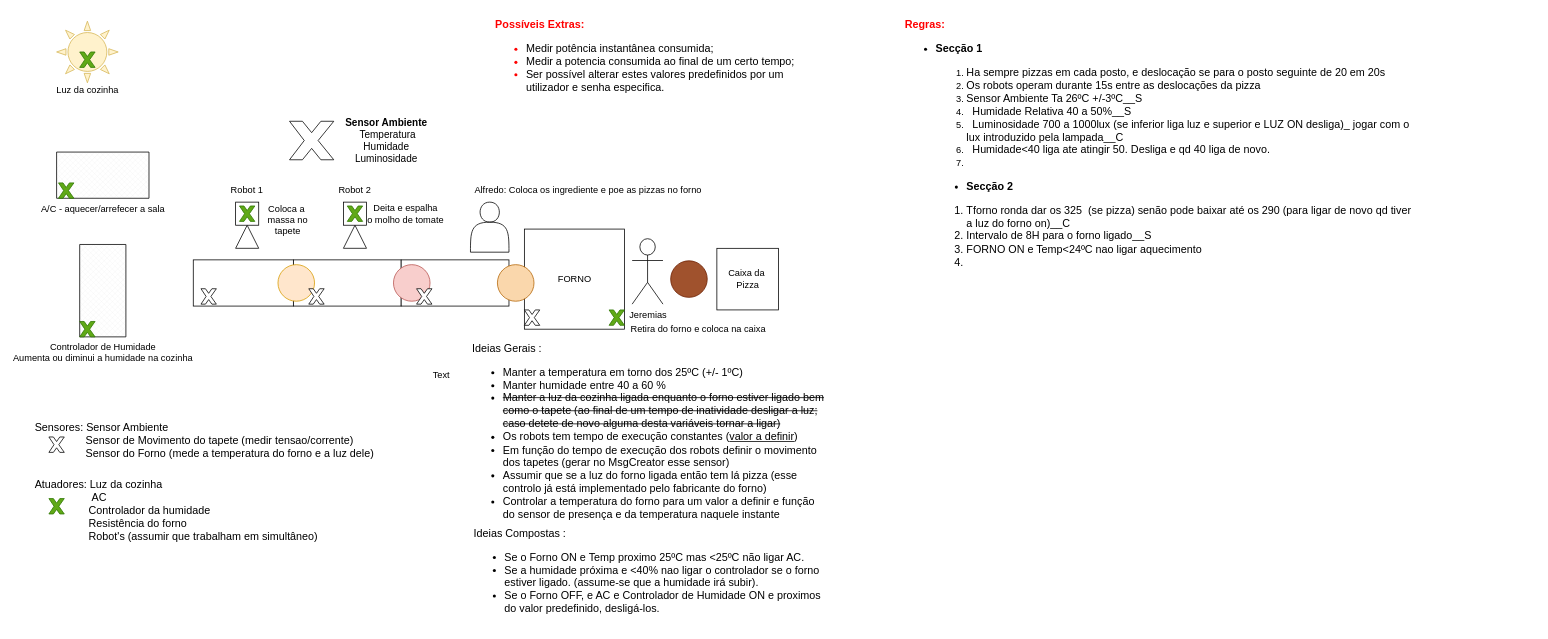
The draw.io diagram base_floor.drawio in Automation-yatata/Industry4.0-PizzaPlace, before the edit. Source tidied: cells renumbered, new cells numbered last; positions are measured from the earlier drawing's top-left corner, leaving out a move shared by most shapes. Both pictures are drawn from the tidied source at 77%, with x=0, y=0 at pixel (33, 13).
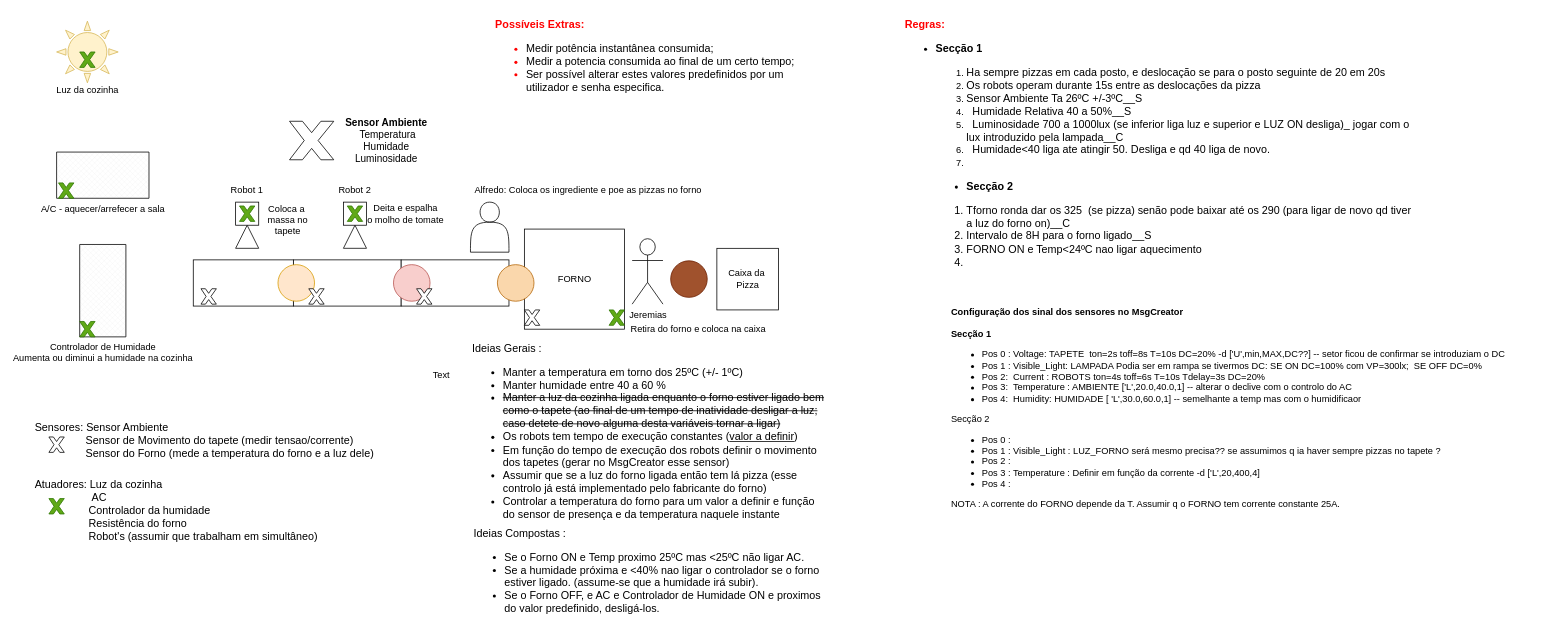
Above is the later version.

Change to the diagram source:
```diff
@@
     <mxCell id="47" value="&lt;b&gt;&lt;font style=&quot;font-size: 14px&quot;&gt;&lt;font color=&quot;#ff0000&quot;&gt;Regras:&lt;/font&gt;&lt;br&gt;&lt;ul&gt;&lt;li&gt;&lt;b&gt;&lt;font style=&quot;font-size: 14px&quot;&gt;Secção &lt;/font&gt;&lt;font style=&quot;font-size: 14px&quot;&gt;1&lt;/font&gt;&lt;/b&gt;&lt;/li&gt;&lt;/ul&gt;&lt;/font&gt;&lt;/b&gt;&lt;blockquote style=&quot;margin: 0 0 0 40px ; border: none ; padding: 0px&quot;&gt;&lt;ol&gt;&lt;li&gt;&lt;span style=&quot;font-size: 14px&quot;&gt;Ha sempre pizzas em cada posto, e deslocação se para o posto seguinte de 20 em 20s&lt;/span&gt;&lt;/li&gt;&lt;li&gt;&lt;span style=&quot;font-size: 14px&quot;&gt;Os robots operam durante 15s entre as &lt;/span&gt;&lt;span style=&quot;font-size: 14px&quot;&gt;deslocações&lt;/span&gt;&lt;span style=&quot;font-size: 14px&quot;&gt;&amp;nbsp;da pizza&amp;nbsp;&lt;/span&gt;&lt;/li&gt;&lt;li&gt;&lt;span style=&quot;font-size: 14px&quot;&gt; Sensor Ambiente Ta 26ºC +/-3ºC__S&amp;nbsp;&lt;/span&gt;&lt;/li&gt;&lt;li&gt;&lt;b style=&quot;font-size: 14px&quot;&gt;&amp;nbsp; &lt;/b&gt;&lt;span style=&quot;font-size: 14px&quot;&gt;Humidade Relativa 40 a 50%__S&lt;/span&gt;&lt;/li&gt;&lt;li&gt;&lt;span style=&quot;font-size: 14px&quot;&gt;&amp;nbsp; Luminosidade 700 a 1000lux (se inferior liga luz e superior e LUZ ON desliga)_ jogar com o lux introduzido pela lampada__C&lt;/span&gt;&lt;/li&gt;&lt;li&gt;&lt;span style=&quot;font-size: 14px&quot;&gt;&amp;nbsp; Humidade&amp;lt;40 liga ate atingir 50. Desliga e qd 40 liga de novo.&lt;/span&gt;&lt;/li&gt;&lt;li&gt;&lt;span style=&quot;font-size: 14px&quot;&gt;&lt;br&gt;&lt;/span&gt;&lt;/li&gt;&lt;/ol&gt;&lt;div style=&quot;font-size: 14px&quot;&gt;&lt;ul&gt;&lt;li&gt;&lt;span style=&quot;font-size: 14px&quot;&gt;&lt;b&gt;Secção 2&lt;/b&gt;&lt;/span&gt;&lt;/li&gt;&lt;/ul&gt;&lt;ol&gt;&lt;li&gt;Tforno ronda dar os 325&amp;nbsp; (se pizza) senão pode baixar até os 290 (para ligar de novo qd tiver a luz do forno on)__C&lt;/li&gt;&lt;li&gt;Intervalo de 8H para o forno ligado__S&lt;/li&gt;&lt;li&gt;FORNO ON e Temp&amp;lt;24ºC nao ligar aquecimento&lt;/li&gt;&lt;li&gt;&lt;br&gt;&lt;/li&gt;&lt;/ol&gt;&lt;/div&gt;&lt;/blockquote&gt;" style="text;html=1;strokeColor=none;fillColor=none;align=left;verticalAlign=top;whiteSpace=wrap;rounded=0;" parent="1" vertex="1">
-      <mxGeometry x="1130" width="661" height="400" as="geometry" />
+      <mxGeometry x="1130" width="661" height="340" as="geometry" />
     </mxCell>
+    <mxCell id="48" value="&lt;b&gt;Configuração dos sinal dos sensores no MsgCreator&lt;br&gt;&lt;br&gt;Secção 1&lt;/b&gt;&lt;br&gt;&lt;ul&gt;&lt;li&gt;Pos 0 : Voltage: TAPETE&amp;nbsp; ton=2s toff=8s T=10s DC=20% -d ['U',min,MAX,DC??] -- setor ficou de confirmar se introduziam o DC&lt;/li&gt;&lt;li&gt;Pos 1 : Visible_Light: LAMPADA Podia ser em rampa se tivermos DC: SE ON DC=100% com VP=300lx;&amp;nbsp; SE OFF DC=0%&lt;/li&gt;&lt;li&gt;Pos 2:&amp;nbsp; Current : ROBOTS ton=4s toff=6s T=10s Tdelay=3s DC=20%&lt;/li&gt;&lt;li&gt;Pos 3:&amp;nbsp; Temperature : AMBIENTE ['L',20.0,40.0,1] -- alterar o declive com o controlo do AC&lt;/li&gt;&lt;li&gt;Pos 4:&amp;nbsp; Humidity: HUMIDADE [ 'L',30.0,60.0,1] -- semelhante a temp mas com o humidificaor&lt;/li&gt;&lt;/ul&gt;&lt;div&gt;Secção 2&lt;/div&gt;&lt;div&gt;&lt;ul&gt;&lt;li&gt;Pos 0 :&lt;/li&gt;&lt;li&gt;Pos 1 : Visible_Light : LUZ_FORNO será mesmo precisa?? se assumimos q ia haver sempre pizzas no tapete ?&lt;/li&gt;&lt;li&gt;Pos 2 :&amp;nbsp;&lt;/li&gt;&lt;li&gt;Pos 3 : Temperature : Definir em função da corrente -d ['L',20,400,4]&lt;/li&gt;&lt;li&gt;Pos 4 :&amp;nbsp; &amp;nbsp;&lt;/li&gt;&lt;/ul&gt;&lt;div&gt;NOTA : A corrente do FORNO d&lt;span&gt;epende da T. Assumir q o FORNO tem corrente constante 25A.&lt;/span&gt;&lt;/div&gt;&lt;/div&gt;" style="text;html=1;strokeColor=none;fillColor=none;align=left;verticalAlign=top;whiteSpace=wrap;rounded=0;" parent="1" vertex="1">
+      <mxGeometry x="1190" y="373.8" width="760" height="276.2" as="geometry" />
+    </mxCell>
```
